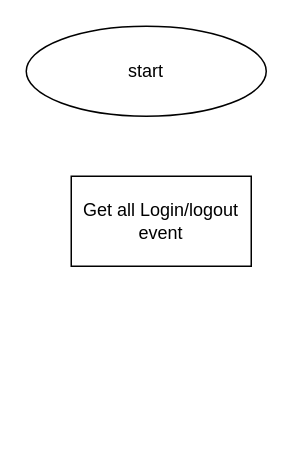
Earlier version of the draw.io diagram event-log.drawio (joey1089/mydiagrams). Source tidied: cells renumbered, new cells numbered last; positions are measured from the earlier drawing's top-left corner, leaving out a move shared by most shapes. Both pictures are drawn from the tidied source at 150%, with x=0, y=0 at pixel (26, 26).
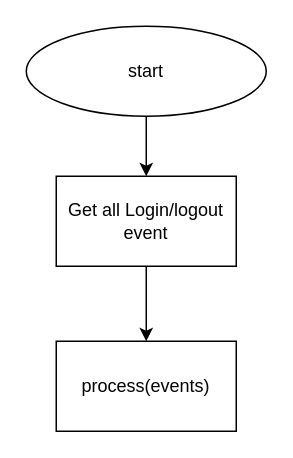
After the change.

The edit, as a diff of the source:
```diff
@@
 <mxGraphModel>
   <root>
     <mxCell id="0" />
     <mxCell id="1" parent="0" />
+    <mxCell id="4" style="edgeStyle=orthogonalEdgeStyle;rounded=0;jettySize=auto;html=1;" parent="1" edge="1" source="2" target="3">
+      <mxGeometry relative="1" as="geometry" />
+    </mxCell>
     <mxCell id="2" value="start" style="ellipse;whiteSpace=wrap;html=1;" parent="1" vertex="1">
       <mxGeometry width="160" height="60" as="geometry" />
     </mxCell>
+    <mxCell id="5" style="edgeStyle=orthogonalEdgeStyle;rounded=0;jettySize=auto;html=1;" parent="1" edge="1" source="3" target="6">
+      <mxGeometry relative="1" as="geometry" />
+    </mxCell>
     <mxCell id="3" value="Get all Login/logout event" style="rounded=0;whiteSpace=wrap;html=1;" parent="1" vertex="1">
-      <mxGeometry x="30" y="100" width="120" height="60" as="geometry" />
+      <mxGeometry x="20" y="100" width="120" height="60" as="geometry" />
     </mxCell>
+    <mxCell id="6" value="process(events)" style="whiteSpace=wrap;html=1;rounded=0;" parent="1" vertex="1">
+      <mxGeometry x="20" y="210" width="120" height="60" as="geometry" />
+    </mxCell>
   </root>
 </mxGraphModel>
```
